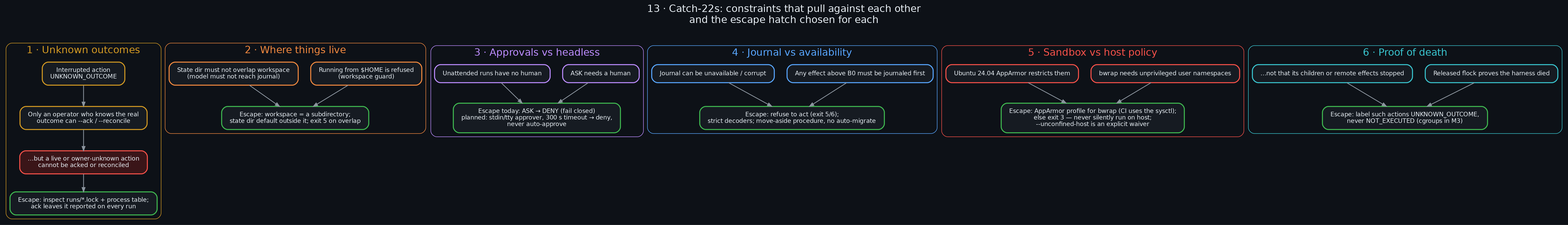
Above: docs/diagrams/13_catch22s.png in danindiana/malyutka (Graphviz), before the change. Its source is kept beside it as docs/diagrams/13_catch22s.dot.
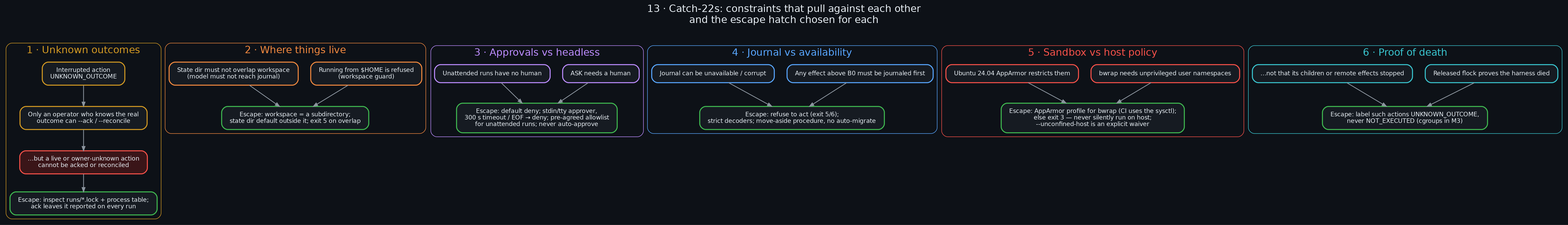
The same file after the commit.

The edit, as a diff of the source:
```diff
@@ -18,7 +18,7 @@
     subgraph cluster_c { label="3 · Approvals vs headless"; fontcolor="#bc8cff"; color="#bc8cff"; style="rounded";
       c1 [label="ASK needs a human", color="#bc8cff"];
       c2 [label="Unattended runs have no human", color="#bc8cff"];
-      c3 [label="Escape today: ASK → DENY (fail closed)\nplanned: stdin/tty approver, 300 s timeout → deny,\nnever auto-approve", color="#3fb950"];
+      c3 [label="Escape: default deny; stdin/tty approver,\n300 s timeout / EOF → deny; pre-agreed allowlist\nfor unattended runs; never auto-approve", color="#3fb950"];
       c1 -> c3; c2 -> c3; }
     subgraph cluster_d { label="4 · Journal vs availability"; fontcolor="#58a6ff"; color="#58a6ff"; style="rounded";
       d1 [label="Any effect above B0 must be journaled first", color="#58a6ff"];
```
